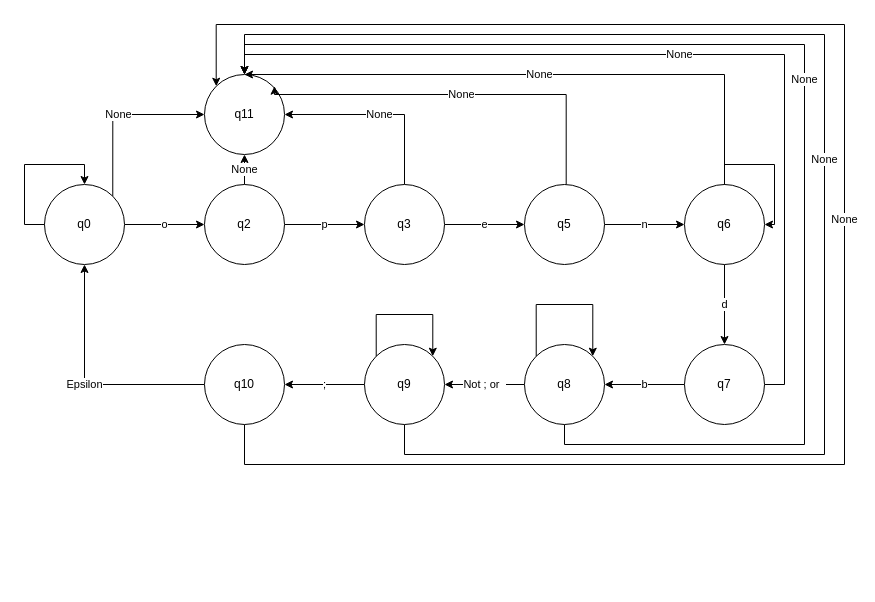
Gourav-334/Tosbit keeps this draw.io diagram as page "open db db_name; (q10)" (2 of 2) of 5) Flowcharts/5) Automaton.drawio. Above is the earlier version. Source tidied: cells renumbered, new cells numbered last; positions are measured from the earlier drawing's top-left corner, leaving out a move shared by most shapes. Both pictures are drawn from the tidied source at 100%, with x=0, y=0 at pixel (24, 24).
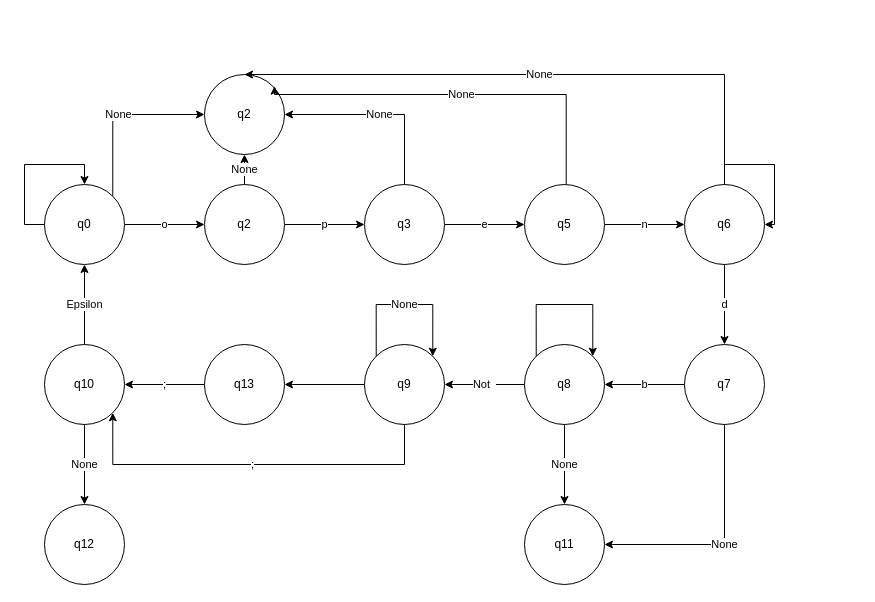
After the change.

Unchanged cells that the change refers to:
```xml
<mxCell id="4" value="q0" style="ellipse;whiteSpace=wrap;html=1;" parent="1" vertex="1">
  <mxGeometry x="20" y="160" width="80" height="80" as="geometry" />
</mxCell>
<mxCell id="21" value="q7" style="ellipse;whiteSpace=wrap;html=1;" parent="1" vertex="1">
  <mxGeometry x="660" y="320" width="80" height="80" as="geometry" />
</mxCell>
<mxCell id="25" value="q8" style="ellipse;whiteSpace=wrap;html=1;" parent="1" vertex="1">
  <mxGeometry x="500" y="320" width="80" height="80" as="geometry" />
</mxCell>
<mxCell id="29" value="q9" style="ellipse;whiteSpace=wrap;html=1;" parent="1" vertex="1">
  <mxGeometry x="340" y="320" width="80" height="80" as="geometry" />
</mxCell>
```

Change to the diagram source:
```diff
@@
-    <mxCell id="12" value="q11" style="ellipse;whiteSpace=wrap;html=1;" parent="1" vertex="1">
+    <mxCell id="12" value="q2" style="ellipse;whiteSpace=wrap;html=1;" parent="1" vertex="1">
       <mxGeometry x="180" y="50" width="80" height="80" as="geometry" />
     </mxCell>
@@
-    <mxCell id="20" value="None" style="edgeStyle=orthogonalEdgeStyle;rounded=0;jettySize=auto;html=1;exitX=1;exitY=0.5;exitDx=0;exitDy=0;entryX=0.5;entryY=0;entryDx=0;entryDy=0;" parent="1" edge="1" source="21" target="12">
-      <mxGeometry relative="1" as="geometry" />
-    </mxCell>
+    <mxCell id="34" value="None" style="edgeStyle=orthogonalEdgeStyle;rounded=0;jettySize=auto;html=1;exitX=0.5;exitY=1;exitDx=0;exitDy=0;entryX=1;entryY=0.5;entryDx=0;entryDy=0;" parent="1" edge="1" source="21" target="39">
+      <mxGeometry relative="1" as="geometry" />
+    </mxCell>
@@
-    <mxCell id="23" value="Not ; or&amp;nbsp;&amp;nbsp;" style="edgeStyle=orthogonalEdgeStyle;rounded=0;jettySize=auto;html=1;exitX=0;exitY=0.5;exitDx=0;exitDy=0;entryX=1;entryY=0.5;entryDx=0;entryDy=0;" parent="1" edge="1" source="25" target="29">
+    <mxCell id="23" value="Not&amp;nbsp;&amp;nbsp;" style="edgeStyle=orthogonalEdgeStyle;rounded=0;jettySize=auto;html=1;exitX=0;exitY=0.5;exitDx=0;exitDy=0;entryX=1;entryY=0.5;entryDx=0;entryDy=0;" parent="1" edge="1" source="25" target="29">
       <mxGeometry relative="1" as="geometry" />
     </mxCell>
-    <mxCell id="24" value="None" style="edgeStyle=orthogonalEdgeStyle;rounded=0;jettySize=auto;html=1;exitX=0.5;exitY=1;exitDx=0;exitDy=0;entryX=0.5;entryY=0;entryDx=0;entryDy=0;" parent="1" edge="1" source="25" target="12">
-      <mxGeometry relative="1" as="geometry">
-        <Array as="points">
-          <mxPoint x="540" y="420" />
-          <mxPoint x="780" y="420" />
-          <mxPoint x="780" y="20" />
-          <mxPoint x="220" y="20" />
-        </Array>
-      </mxGeometry>
-    </mxCell>
+    <mxCell id="35" value="None" style="edgeStyle=orthogonalEdgeStyle;rounded=0;jettySize=auto;html=1;exitX=0.5;exitY=1;exitDx=0;exitDy=0;entryX=0.5;entryY=0;entryDx=0;entryDy=0;" parent="1" edge="1" source="25" target="39">
+      <mxGeometry relative="1" as="geometry" />
+    </mxCell>
@@
-    <mxCell id="27" value=";" style="edgeStyle=orthogonalEdgeStyle;rounded=0;jettySize=auto;html=1;exitX=0;exitY=0.5;exitDx=0;exitDy=0;entryX=1;entryY=0.5;entryDx=0;entryDy=0;" parent="1" edge="1" source="29" target="32">
-      <mxGeometry relative="1" as="geometry" />
-    </mxCell>
-    <mxCell id="28" value="None" style="edgeStyle=orthogonalEdgeStyle;rounded=0;jettySize=auto;html=1;exitX=0.5;exitY=1;exitDx=0;exitDy=0;entryX=0.5;entryY=0;entryDx=0;entryDy=0;" parent="1" edge="1" source="29" target="12">
-      <mxGeometry relative="1" as="geometry">
-        <Array as="points">
-          <mxPoint x="380" y="430" />
-          <mxPoint x="800" y="430" />
-          <mxPoint x="800" y="10" />
-          <mxPoint x="220" y="10" />
-        </Array>
-      </mxGeometry>
-    </mxCell>
+    <mxCell id="36" style="edgeStyle=orthogonalEdgeStyle;rounded=0;jettySize=auto;html=1;exitX=0;exitY=0.5;exitDx=0;exitDy=0;entryX=1;entryY=0.5;entryDx=0;entryDy=0;" parent="1" edge="1" source="29" target="41">
+      <mxGeometry relative="1" as="geometry" />
+    </mxCell>
+    <mxCell id="37" value=";" style="edgeStyle=orthogonalEdgeStyle;rounded=0;jettySize=auto;html=1;exitX=0.5;exitY=1;exitDx=0;exitDy=0;entryX=1;entryY=1;entryDx=0;entryDy=0;" parent="1" edge="1" source="29" target="32">
+      <mxGeometry relative="1" as="geometry">
+        <Array as="points">
+          <mxPoint x="380" y="440" />
+          <mxPoint x="88" y="440" />
+        </Array>
+      </mxGeometry>
+    </mxCell>
@@
+    <mxCell id="38" value="None" style="edgeStyle=orthogonalEdgeStyle;rounded=0;jettySize=auto;html=1;exitX=0.5;exitY=1;exitDx=0;exitDy=0;entryX=0.5;entryY=0;entryDx=0;entryDy=0;" parent="1" edge="1" source="32" target="40">
+      <mxGeometry relative="1" as="geometry" />
+    </mxCell>
-    <mxCell id="30" value="Epsilon" style="edgeStyle=orthogonalEdgeStyle;rounded=0;jettySize=auto;html=1;exitX=0;exitY=0.5;exitDx=0;exitDy=0;entryX=0.5;entryY=1;entryDx=0;entryDy=0;" parent="1" edge="1" source="32" target="4">
+    <mxCell id="30" value="Epsilon" style="edgeStyle=orthogonalEdgeStyle;rounded=0;jettySize=auto;html=1;exitX=0.5;exitY=0;exitDx=0;exitDy=0;entryX=0.5;entryY=1;entryDx=0;entryDy=0;" parent="1" edge="1" source="32" target="4">
       <mxGeometry relative="1" as="geometry" />
     </mxCell>
-    <mxCell id="31" value="None" style="edgeStyle=orthogonalEdgeStyle;rounded=0;jettySize=auto;html=1;exitX=0.5;exitY=1;exitDx=0;exitDy=0;entryX=0;entryY=0;entryDx=0;entryDy=0;" parent="1" edge="1" source="32" target="12">
-      <mxGeometry relative="1" as="geometry">
-        <Array as="points">
-          <mxPoint x="220" y="440" />
-          <mxPoint x="820" y="440" />
-          <mxPoint x="820" />
-          <mxPoint x="192" />
-        </Array>
-      </mxGeometry>
-    </mxCell>
     <mxCell id="32" value="q10" style="ellipse;whiteSpace=wrap;html=1;" parent="1" vertex="1">
-      <mxGeometry x="180" y="320" width="80" height="80" as="geometry" />
+      <mxGeometry x="20" y="320" width="80" height="80" as="geometry" />
     </mxCell>
-    <mxCell id="33" style="edgeStyle=orthogonalEdgeStyle;rounded=0;orthogonalLoop=1;jettySize=auto;html=1;exitX=0;exitY=0;exitDx=0;exitDy=0;entryX=1;entryY=0;entryDx=0;entryDy=0;" parent="1" edge="1" source="29" target="29">
+    <mxCell id="33" value="None" style="edgeStyle=orthogonalEdgeStyle;rounded=0;orthogonalLoop=1;jettySize=auto;html=1;exitX=0;exitY=0;exitDx=0;exitDy=0;entryX=1;entryY=0;entryDx=0;entryDy=0;" parent="1" edge="1" source="29" target="29">
       <mxGeometry relative="1" as="geometry">
         <Array as="points">
-          <mxPoint x="352" y="290" />
-          <mxPoint x="408" y="290" />
+          <mxPoint x="352" y="280" />
+          <mxPoint x="408" y="280" />
         </Array>
       </mxGeometry>
     </mxCell>
+    <mxCell id="39" value="q11" style="ellipse;whiteSpace=wrap;html=1;" parent="1" vertex="1">
+      <mxGeometry x="500" y="480" width="80" height="80" as="geometry" />
+    </mxCell>
+    <mxCell id="40" value="q12" style="ellipse;whiteSpace=wrap;html=1;" parent="1" vertex="1">
+      <mxGeometry x="20" y="480" width="80" height="80" as="geometry" />
+    </mxCell>
+    <mxCell id="27" value=";" style="edgeStyle=orthogonalEdgeStyle;rounded=0;jettySize=auto;html=1;exitX=0;exitY=0.5;exitDx=0;exitDy=0;entryX=1;entryY=0.5;entryDx=0;entryDy=0;" parent="1" edge="1" source="41" target="32">
+      <mxGeometry relative="1" as="geometry" />
+    </mxCell>
+    <mxCell id="41" value="q13" style="ellipse;whiteSpace=wrap;html=1;" parent="1" vertex="1">
+      <mxGeometry x="180" y="320" width="80" height="80" as="geometry" />
+    </mxCell>
```
